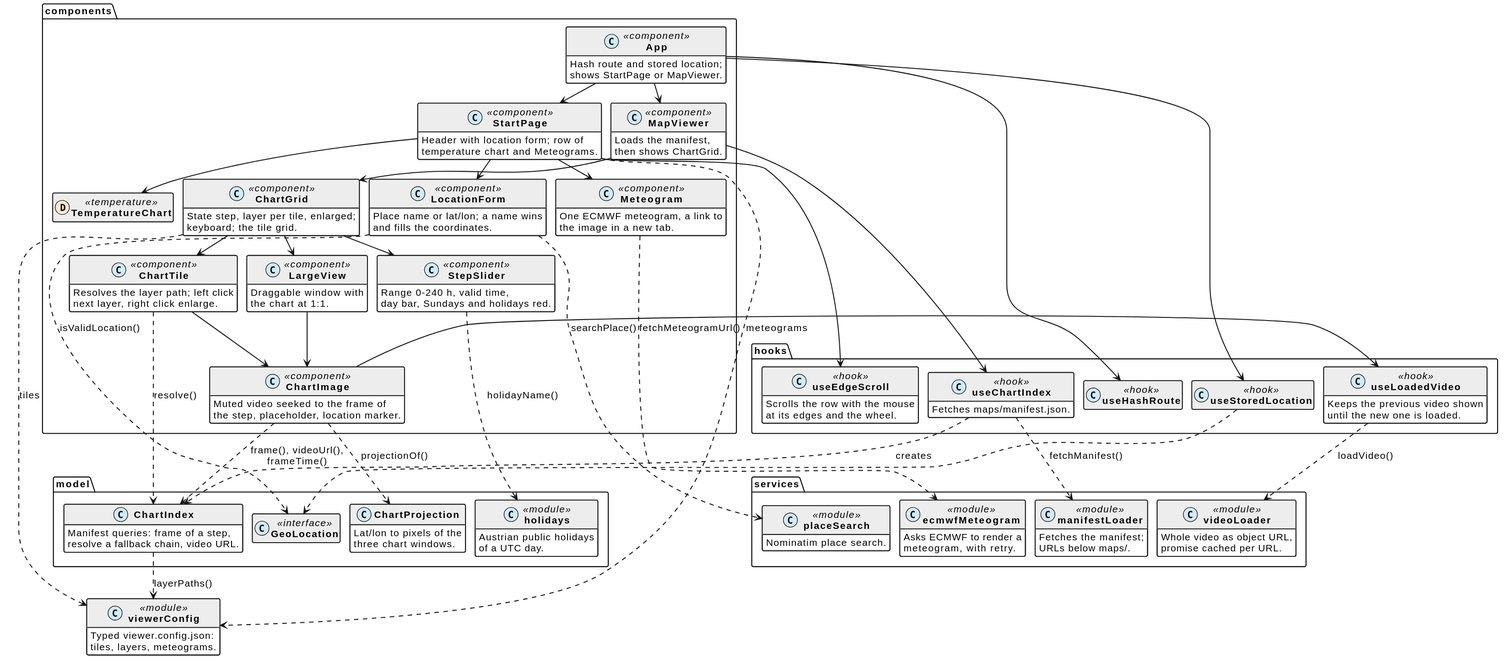
Before: docs/app.svg, a diagram exported from PlantUML (schletz/wetterkartenviewer).
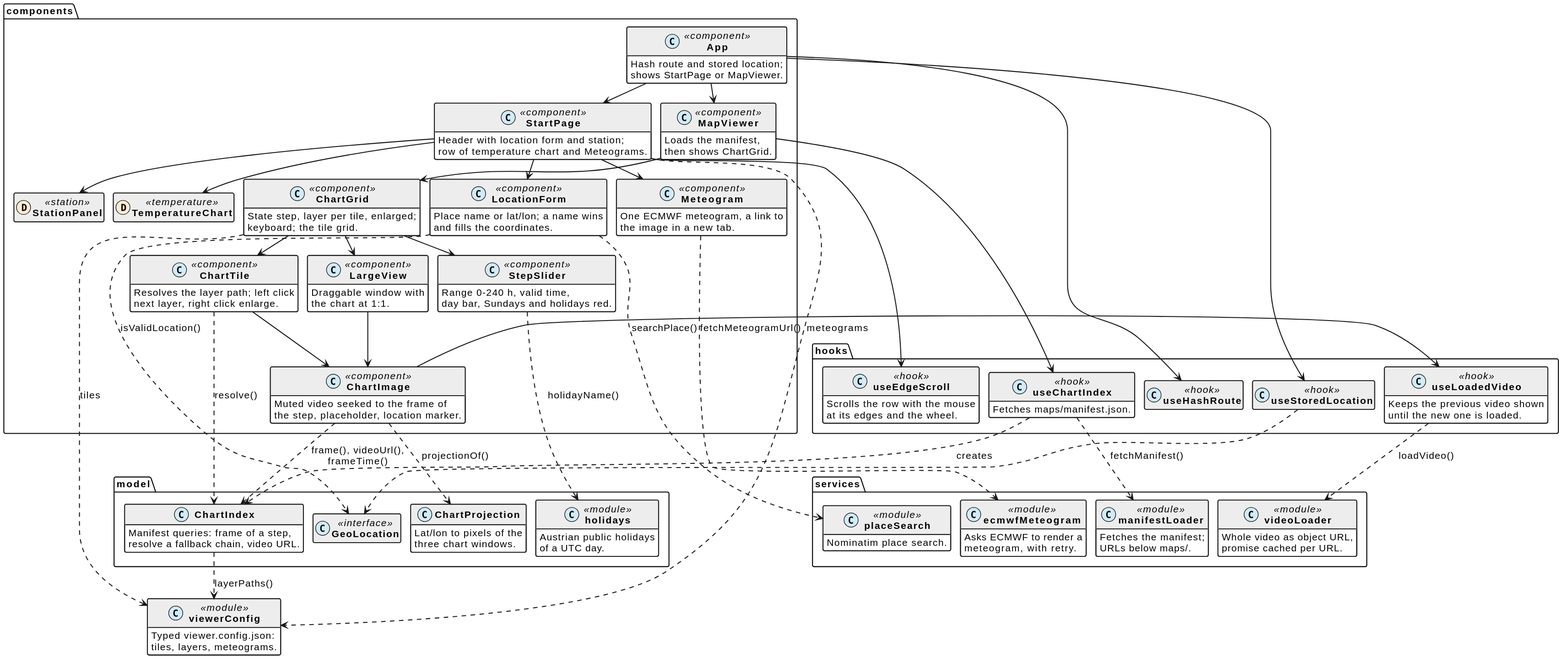
The same file after the commit.

Diff of the diagram source:
```diff
@@ -48,10 +48,11 @@
  shows StartPage or MapViewer.
  }
  class StartPage <<component>> {
- Header with location form; row of
- temperature chart and Meteograms.
+ Header with location form and station;
+ row of temperature chart and Meteograms.
  }
  class TemperatureChart << (D,#fdebd1) temperature >>
+ class StationPanel << (D,#fdebd1) station >>
  class LocationForm <<component>> {
  Place name or lat/lon; a name wins
  and fills the coordinates.
@@ -144,6 +145,7 @@
 StartPage --> Meteogram
 StartPage --> useEdgeScroll
 StartPage --> TemperatureChart
+StartPage --> StationPanel
 StartPage ..> viewerConfig : meteograms
 LocationForm ..> placeSearch : searchPlace()
 LocationForm ..> GeoLocation : isValidLocation()
```
